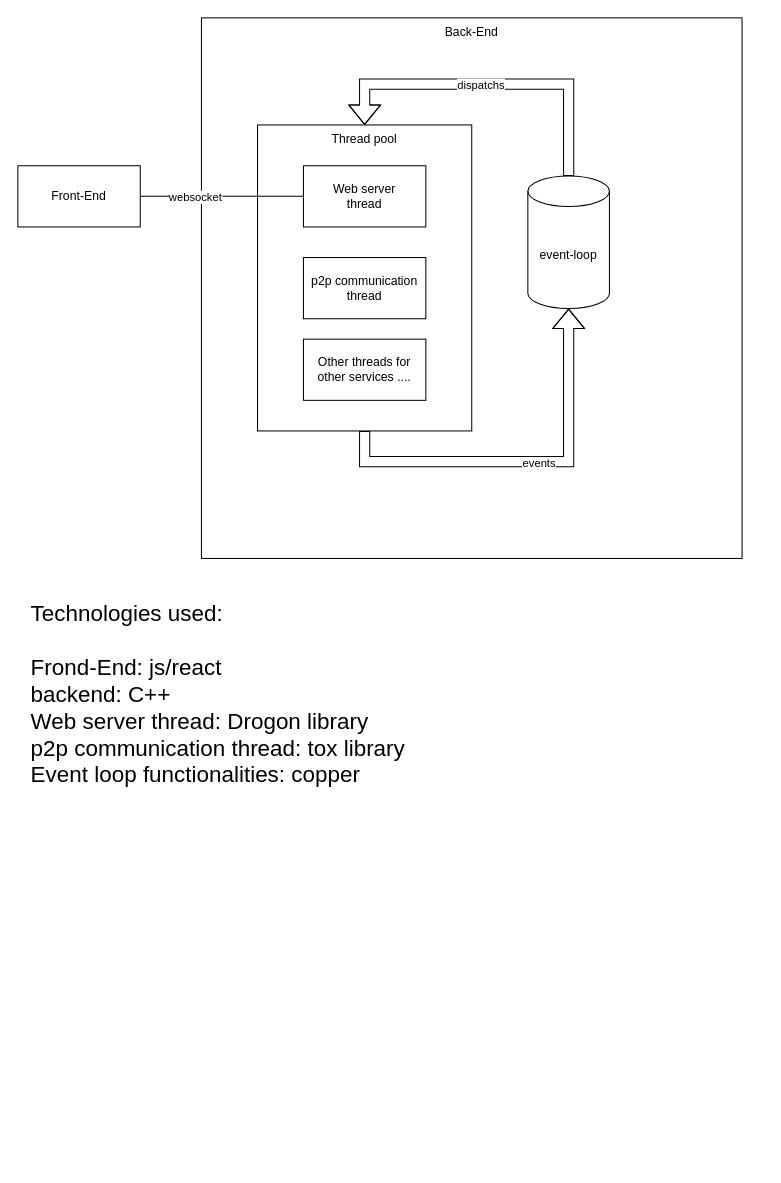
Above: docs/system_diagram.drawio in yassine-112/SecureChat (draw.io), before the change. Source tidied: cells renumbered, new cells numbered last; positions are measured from the earlier drawing's top-left corner, leaving out a move shared by most shapes. Both pictures are drawn from the tidied source at 102%, with x=0, y=0 at pixel (17, 17).
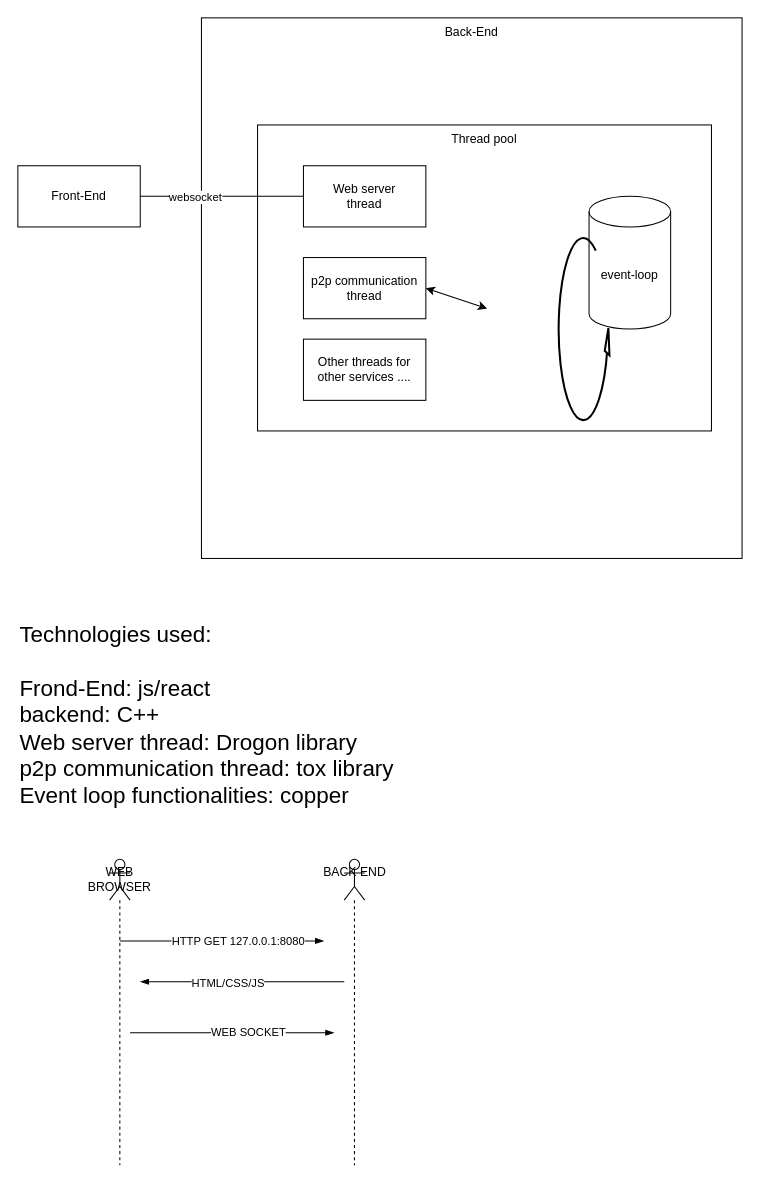
The same page after the edit.

The change refers to these unchanged cells:
```xml
<mxCell id="8" value="p2p communication thread" style="rounded=0;whiteSpace=wrap;html=1;" parent="1" vertex="1">
  <mxGeometry x="280" y="235" width="120" height="60" as="geometry" />
</mxCell>
```

The edit, as a diff of the source:
```diff
@@
     <mxCell id="4" value="Thread pool" style="rounded=0;whiteSpace=wrap;html=1;verticalAlign=top;" parent="1" vertex="1">
-      <mxGeometry x="235" y="105" width="210" height="300" as="geometry" />
+      <mxGeometry x="235" y="105" width="445" height="300" as="geometry" />
     </mxCell>
@@
     <mxCell id="9" value="event-loop" style="shape=cylinder3;whiteSpace=wrap;html=1;boundedLbl=1;backgroundOutline=1;size=15;" parent="1" vertex="1">
-      <mxGeometry x="500" y="155" width="80" height="130" as="geometry" />
+      <mxGeometry x="560" y="175" width="80" height="130" as="geometry" />
     </mxCell>
-    <mxCell id="10" style="shape=flexArrow;endArrow=classic;html=1;rounded=0;exitX=0.5;exitY=1;exitDx=0;exitDy=0;entryX=0.5;entryY=1;entryDx=0;entryDy=0;entryPerimeter=0;edgeStyle=elbowEdgeStyle;" parent="1" edge="1" source="4" target="9">
-      <mxGeometry relative="1" as="geometry">
-        <Array as="points">
-          <mxPoint x="480" y="435" />
-        </Array>
-      </mxGeometry>
-    </mxCell>
-    <mxCell id="11" value="events" style="edgeLabel;html=1;align=center;verticalAlign=middle;" parent="10" vertex="1">
-      <mxGeometry x="0.05" y="-1" relative="1" as="geometry" />
-    </mxCell>
-    <mxCell id="12" style="shape=flexArrow;endArrow=classic;html=1;rounded=0;entryX=0.5;entryY=0;entryDx=0;entryDy=0;exitX=0.5;exitY=0;exitDx=0;exitDy=0;exitPerimeter=0;edgeStyle=elbowEdgeStyle;" parent="1" edge="1" source="9" target="4">
-      <mxGeometry relative="1" as="geometry">
-        <Array as="points">
-          <mxPoint x="500" y="65" />
-        </Array>
-      </mxGeometry>
-    </mxCell>
-    <mxCell id="13" value="dispatchs" style="edgeLabel;html=1;align=center;verticalAlign=middle;" parent="12" vertex="1">
-      <mxGeometry x="0.07" relative="1" as="geometry" />
-    </mxCell>
     <mxCell id="14" value="Technologies used:&lt;br style=&quot;font-size: 22px;&quot;&gt;&lt;br style=&quot;font-size: 22px;&quot;&gt;Frond-End: js/react&lt;br style=&quot;font-size: 22px;&quot;&gt;backend: C++&lt;br style=&quot;font-size: 22px;&quot;&gt;Web server thread: Drogon library&lt;br style=&quot;font-size: 22px;&quot;&gt;p2p communication thread: tox library&lt;br style=&quot;font-size: 22px;&quot;&gt;Event loop functionalities: copper" style="text;html=1;strokeColor=none;fillColor=none;align=left;verticalAlign=top;whiteSpace=wrap;rounded=0;fontSize=22;" parent="1" vertex="1">
-      <mxGeometry x="11" y="565" width="720" height="220" as="geometry" />
+      <mxGeometry y="585" width="720" height="220" as="geometry" />
     </mxCell>
@@
+    <mxCell id="16" value="WEB BROWSER" style="shape=umlLifeline;perimeter=lifelinePerimeter;whiteSpace=wrap;html=1;newEdgeStyle={&quot;curved&quot;:0,&quot;rounded&quot;:0};participant=umlActor;" parent="1" vertex="1">
+      <mxGeometry x="90" y="825" width="20" height="300" as="geometry" />
+    </mxCell>
+    <mxCell id="17" style="shape=umlLifeline;perimeter=lifelinePerimeter;whiteSpace=wrap;html=1;newEdgeStyle={&quot;curved&quot;:0,&quot;rounded&quot;:0};participant=umlActor;" parent="1" vertex="1">
+      <mxGeometry x="320" y="825" width="20" height="300" as="geometry" />
+    </mxCell>
+    <mxCell id="18" value="BACK END" style="text;html=1;align=center;verticalAlign=middle;strokeColor=none;fillColor=none;" parent="1" vertex="1">
+      <mxGeometry x="290" y="823" width="80" height="30" as="geometry" />
+    </mxCell>
+    <mxCell id="19" style="edgeStyle=elbowEdgeStyle;fontSize=12;html=1;endArrow=blockThin;endFill=1;rounded=0;" parent="1" edge="1">
+      <mxGeometry relative="1" as="geometry">
+        <mxPoint x="100" y="905" as="sourcePoint" />
+        <mxPoint x="300" y="905" as="targetPoint" />
+      </mxGeometry>
+    </mxCell>
+    <mxCell id="20" value="HTTP GET 127.0.0.1:8080" style="edgeLabel;html=1;align=center;verticalAlign=middle;" parent="19" vertex="1">
+      <mxGeometry x="0.15" y="1" relative="1" as="geometry" />
+    </mxCell>
+    <mxCell id="21" style="edgeStyle=elbowEdgeStyle;fontSize=12;html=1;endArrow=blockThin;endFill=1;rounded=0;" parent="1" edge="1">
+      <mxGeometry relative="1" as="geometry">
+        <mxPoint x="320" y="945" as="sourcePoint" />
+        <mxPoint x="120" y="945" as="targetPoint" />
+      </mxGeometry>
+    </mxCell>
+    <mxCell id="22" value="HTML/CSS/JS" style="edgeLabel;html=1;align=center;verticalAlign=middle;" parent="21" vertex="1">
+      <mxGeometry x="0.15" y="1" relative="1" as="geometry" />
+    </mxCell>
+    <mxCell id="23" style="edgeStyle=elbowEdgeStyle;fontSize=12;html=1;endArrow=blockThin;endFill=1;rounded=0;" parent="1" edge="1">
+      <mxGeometry relative="1" as="geometry">
+        <mxPoint x="110" y="995" as="sourcePoint" />
+        <mxPoint x="310" y="995" as="targetPoint" />
+      </mxGeometry>
+    </mxCell>
+    <mxCell id="24" value="WEB SOCKET" style="edgeLabel;html=1;align=center;verticalAlign=middle;" parent="23" vertex="1">
+      <mxGeometry x="0.15" y="1" relative="1" as="geometry" />
+    </mxCell>
+    <mxCell id="25" style="endArrow=classic;startArrow=classic;html=1;rounded=0;entryX=0;entryY=0.5;entryDx=0;entryDy=0;exitX=1;exitY=0.5;exitDx=0;exitDy=0;" parent="1" edge="1" source="8">
+      <mxGeometry relative="1" as="geometry">
+        <mxPoint x="460" y="285" as="targetPoint" />
+      </mxGeometry>
+    </mxCell>
+    <mxCell id="26" style="verticalLabelPosition=bottom;html=1;verticalAlign=top;strokeWidth=2;shape=mxgraph.lean_mapping.physical_pull;" parent="1" vertex="1">
+      <mxGeometry x="530" y="215" width="50" height="180" as="geometry" />
+    </mxCell>
```
